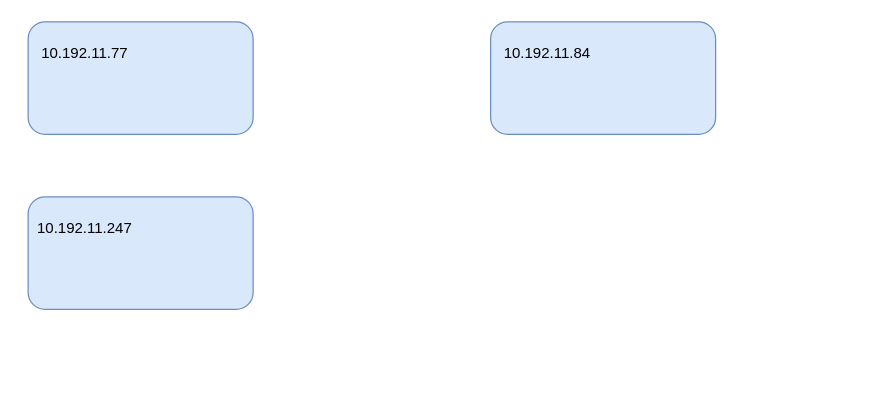
This is 论文实验网络设备拓扑.drawio from poetlife/diagrams, a draw.io file, before an edit. Source tidied: cells renumbered, new cells numbered last; positions are measured from the earlier drawing's top-left corner, leaving out a move shared by most shapes. Both pictures are drawn from the tidied source at 125%, with x=0, y=0 at pixel (21, 21).
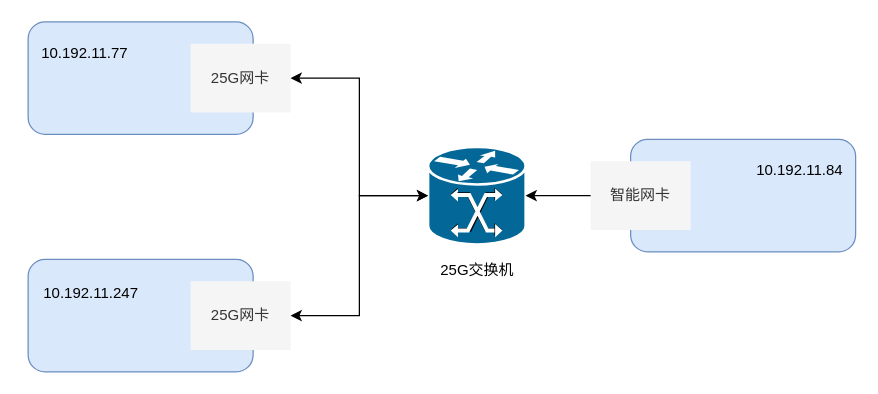
The same diagram, later.

Commit message (it also covers changes not shown here):
更新论文实验网络设备拓扑.drawio

The edit, as a diff of the source:
```diff
@@
 <mxGraphModel>
   <root>
     <mxCell id="0" />
     <mxCell id="1" parent="0" />
+    <mxCell id="8" style="shape=mxgraph.cisco.switches.mgx_8000_multiservice_switch;sketch=0;html=1;dashed=0;fillColor=#036897;strokeColor=#ffffff;strokeWidth=2;verticalLabelPosition=bottom;verticalAlign=top;align=center;outlineConnect=0;" parent="1" vertex="1">
+      <mxGeometry x="325" y="100" width="78" height="78" as="geometry" />
+    </mxCell>
+    <mxCell id="9" value="25G交换机" style="text;html=1;align=center;verticalAlign=middle;strokeColor=none;fillColor=none;" parent="1" vertex="1">
+      <mxGeometry x="324" y="184" width="80" height="30" as="geometry" />
+    </mxCell>
+    <mxCell id="10" style="group;" parent="1" vertex="1">
+      <mxGeometry x="5" width="210" height="90" as="geometry" />
+    </mxCell>
-    <mxCell id="2" style="rounded=1;whiteSpace=wrap;html=1;fillColor=#dae8fc;strokeColor=#6c8ebf;" parent="1" vertex="1">
-      <mxGeometry x="5" width="180" height="90" as="geometry" />
+    <mxCell id="2" style="rounded=1;whiteSpace=wrap;html=1;fillColor=#dae8fc;strokeColor=#6c8ebf;" parent="10" vertex="1">
+      <mxGeometry width="180" height="90" as="geometry" />
     </mxCell>
-    <mxCell id="3" value="10.192.11.77" style="text;html=1;align=center;verticalAlign=middle;strokeColor=none;fillColor=none;" parent="1" vertex="1">
-      <mxGeometry x="5" y="10" width="90" height="30" as="geometry" />
+    <mxCell id="3" value="10.192.11.77" style="text;html=1;align=center;verticalAlign=middle;strokeColor=none;fillColor=none;" parent="10" vertex="1">
+      <mxGeometry y="10" width="90" height="30" as="geometry" />
     </mxCell>
+    <mxCell id="11" value="25G网卡" style="rounded=0;whiteSpace=wrap;html=1;fillColor=#f5f5f5;fontColor=#333333;strokeColor=none;" parent="10" vertex="1">
+      <mxGeometry x="130" y="17.5" width="80" height="55" as="geometry" />
+    </mxCell>
+    <mxCell id="12" style="group;" parent="1" vertex="1">
+      <mxGeometry x="5" y="190" width="210" height="90" as="geometry" />
+    </mxCell>
-    <mxCell id="4" style="rounded=1;whiteSpace=wrap;html=1;fillColor=#dae8fc;strokeColor=#6c8ebf;" parent="1" vertex="1">
-      <mxGeometry x="5" y="140" width="180" height="90" as="geometry" />
+    <mxCell id="4" style="rounded=1;whiteSpace=wrap;html=1;fillColor=#dae8fc;strokeColor=#6c8ebf;" parent="12" vertex="1">
+      <mxGeometry width="180" height="90" as="geometry" />
     </mxCell>
-    <mxCell id="5" value="10.192.11.247" style="text;html=1;align=center;verticalAlign=middle;strokeColor=none;fillColor=none;" parent="1" vertex="1">
-      <mxGeometry y="150" width="100" height="30" as="geometry" />
+    <mxCell id="5" value="10.192.11.247" style="text;html=1;align=center;verticalAlign=middle;strokeColor=none;fillColor=none;" parent="12" vertex="1">
+      <mxGeometry y="12" width="100" height="30" as="geometry" />
     </mxCell>
+    <mxCell id="13" value="25G网卡" style="rounded=0;whiteSpace=wrap;html=1;fillColor=#f5f5f5;fontColor=#333333;strokeColor=none;" parent="12" vertex="1">
+      <mxGeometry x="130" y="17.5" width="80" height="55" as="geometry" />
+    </mxCell>
+    <mxCell id="14" style="group;" parent="1" vertex="1">
+      <mxGeometry x="455" y="94" width="212" height="90" as="geometry" />
+    </mxCell>
-    <mxCell id="6" style="rounded=1;whiteSpace=wrap;html=1;fillColor=#dae8fc;strokeColor=#6c8ebf;" parent="1" vertex="1">
-      <mxGeometry x="375" width="180" height="90" as="geometry" />
+    <mxCell id="6" style="rounded=1;whiteSpace=wrap;html=1;fillColor=#dae8fc;strokeColor=#6c8ebf;" parent="14" vertex="1">
+      <mxGeometry x="32" width="180" height="90" as="geometry" />
     </mxCell>
-    <mxCell id="7" value="10.192.11.84" style="text;html=1;align=center;verticalAlign=middle;strokeColor=none;fillColor=none;" parent="1" vertex="1">
-      <mxGeometry x="375" y="10" width="90" height="30" as="geometry" />
+    <mxCell id="7" value="10.192.11.84" style="text;html=1;align=center;verticalAlign=middle;strokeColor=none;fillColor=none;" parent="14" vertex="1">
+      <mxGeometry x="122" y="10" width="90" height="30" as="geometry" />
     </mxCell>
+    <mxCell id="15" value="智能网卡" style="rounded=0;whiteSpace=wrap;html=1;fillColor=#f5f5f5;fontColor=#333333;strokeColor=none;" parent="14" vertex="1">
+      <mxGeometry y="17.5" width="80" height="55" as="geometry" />
+    </mxCell>
+    <mxCell id="16" style="edgeStyle=orthogonalEdgeStyle;rounded=0;jettySize=auto;html=1;exitX=1;exitY=0.5;exitDx=0;exitDy=0;entryX=0;entryY=0.5;entryDx=0;entryDy=0;entryPerimeter=0;startArrow=classic;startFill=1;" parent="1" edge="1" source="11" target="8">
+      <mxGeometry relative="1" as="geometry" />
+    </mxCell>
+    <mxCell id="17" style="edgeStyle=orthogonalEdgeStyle;rounded=0;jettySize=auto;html=1;exitX=1;exitY=0.5;exitDx=0;exitDy=0;entryX=0;entryY=0.5;entryDx=0;entryDy=0;entryPerimeter=0;startArrow=classic;startFill=1;" parent="1" edge="1" source="13" target="8">
+      <mxGeometry relative="1" as="geometry" />
+    </mxCell>
+    <mxCell id="18" style="edgeStyle=orthogonalEdgeStyle;rounded=0;jettySize=auto;html=1;exitX=0;exitY=0.5;exitDx=0;exitDy=0;entryX=1;entryY=0.5;entryDx=0;entryDy=0;entryPerimeter=0;" parent="1" edge="1" source="15" target="8">
+      <mxGeometry relative="1" as="geometry" />
+    </mxCell>
   </root>
 </mxGraphModel>
```
